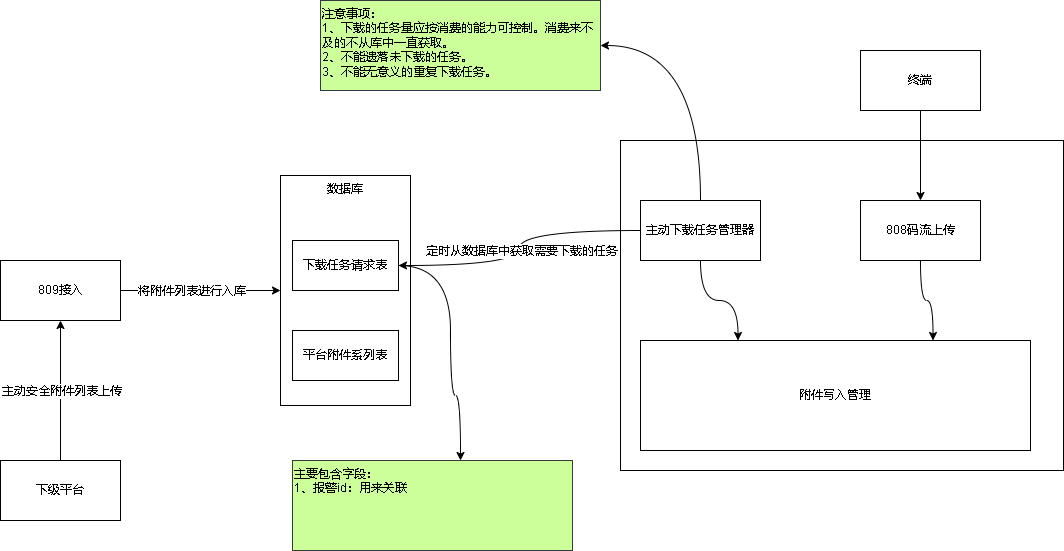
This is 809上传附件列表支持下载.drawio.png from xktder/draw, a draw.io export, as it was before one commit. Source tidied: cells renumbered, new cells last; positions are measured from the earlier drawing's top-left corner, leaving out a move shared by most shapes.
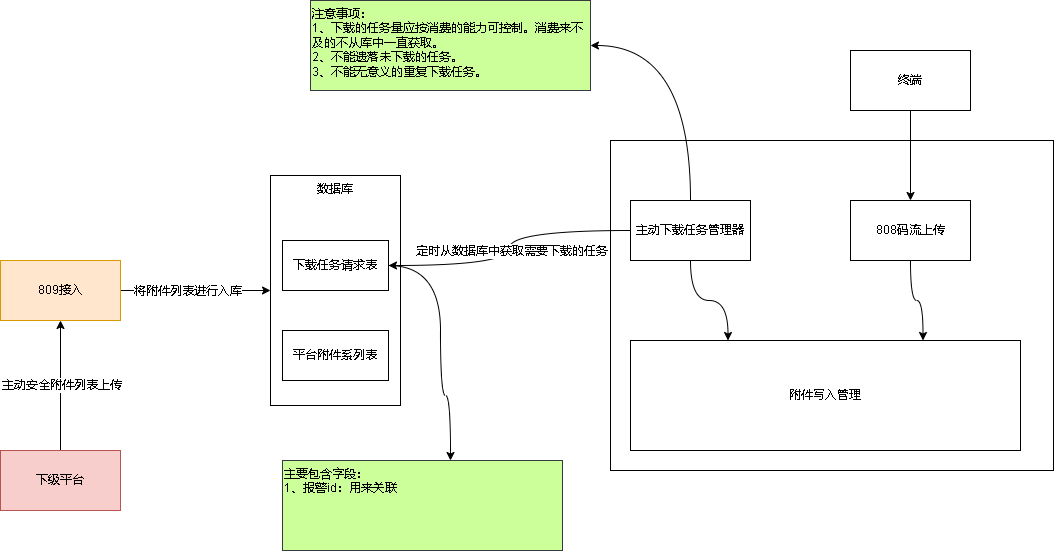
Later version of the same file.

Commit message:
更新809上传附件列表支持下载.drawio.png

What changed in the source:
```diff
@@ -10,8 +10,8 @@
         <mxPoint x="7" y="-1" as="offset" />
       </mxGeometry>
     </mxCell>
-    <mxCell id="4" value="809接入" style="rounded=0;whiteSpace=wrap;html=1;" parent="1" vertex="1">
-      <mxGeometry y="260" width="120" height="60" as="geometry" />
+    <mxCell id="4" value="809接入" style="rounded=0;whiteSpace=wrap;html=1;fillColor=#ffe6cc;strokeColor=#d79b00;" parent="1" vertex="1">
+      <mxGeometry x="10" y="260" width="120" height="60" as="geometry" />
     </mxCell>
     <mxCell id="5" style="edgeStyle=orthogonalEdgeStyle;rounded=0;jettySize=auto;html=1;exitX=0.5;exitY=0;exitDx=0;exitDy=0;" parent="1" edge="1" source="7" target="4">
       <mxGeometry relative="1" as="geometry" />
@@ -21,8 +21,8 @@
         <mxPoint x="-1" y="-13" as="offset" />
       </mxGeometry>
     </mxCell>
-    <mxCell id="7" value="下级平台" style="rounded=0;whiteSpace=wrap;html=1;" parent="1" vertex="1">
-      <mxGeometry y="460" width="120" height="60" as="geometry" />
+    <mxCell id="7" value="下级平台" style="rounded=0;whiteSpace=wrap;html=1;fillColor=#f8cecc;strokeColor=#b85450;" parent="1" vertex="1">
+      <mxGeometry x="10" y="450" width="120" height="60" as="geometry" />
     </mxCell>
     <mxCell id="8" value="数据库" style="rounded=0;whiteSpace=wrap;html=1;verticalAlign=top;" parent="1" vertex="1">
       <mxGeometry x="280" y="175" width="130" height="230" as="geometry" />
```
